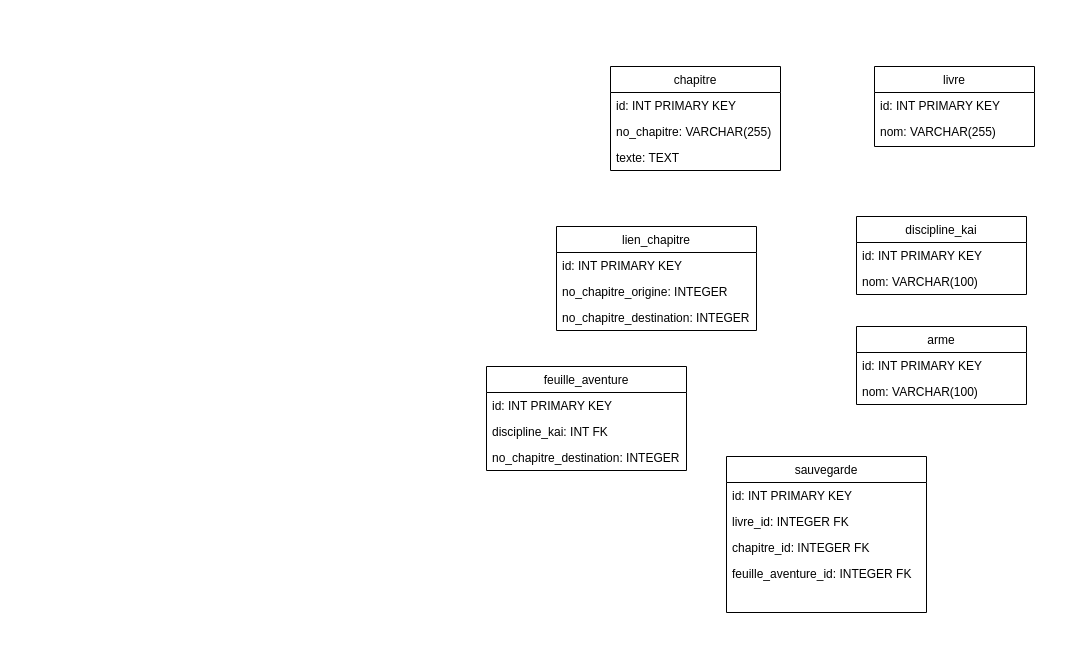
The draw.io diagram diagramme_de_classes.drawio in 2135500-Garand-Cedric/LDVELH, before the edit. Source tidied: cells renumbered, new cells numbered last; positions are measured from the earlier drawing's top-left corner, leaving out a move shared by most shapes. Both pictures are drawn from the tidied source at 100%, with x=0, y=0 at pixel (486, 66).
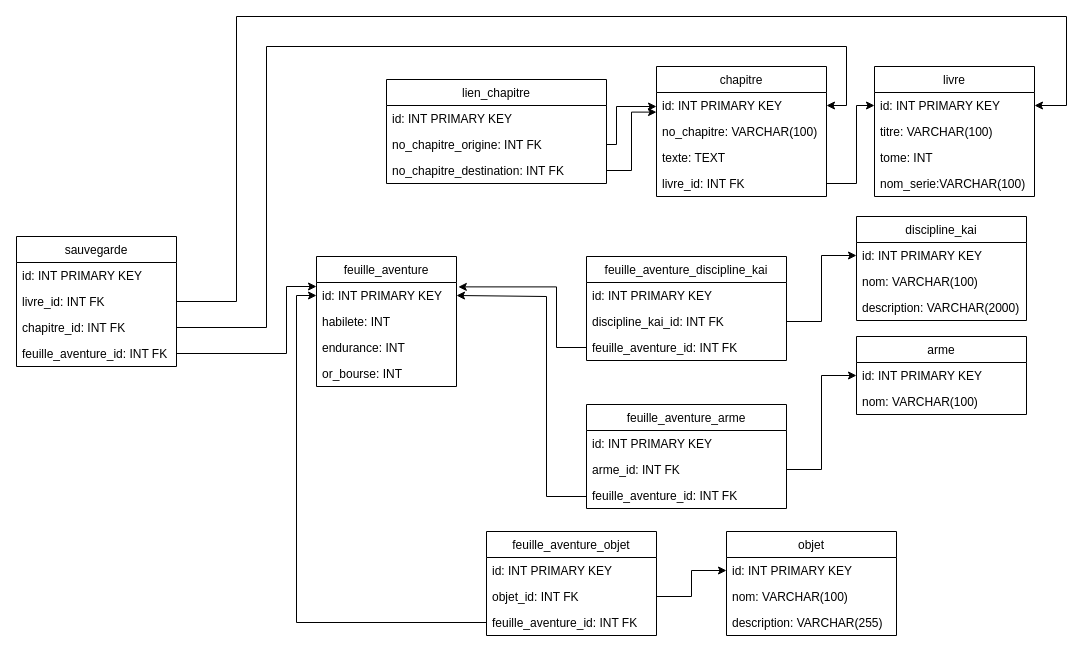
Above is the later version.

Commit message (it also covers changes not shown here):
Finition du diagramme de classes Creation des classes dans la base de donnee

Unchanged cells that the change refers to:
```xml
<mxCell id="3" value="id: INT PRIMARY KEY" style="text;align=left;verticalAlign=top;spacingLeft=4;spacingRight=4;overflow=hidden;points=[[0,0.5],[1,0.5]];portConstraint=eastwest;" parent="2" vertex="1">
  <mxGeometry y="26" width="160" height="26" as="geometry" />
</mxCell>
<mxCell id="6" value="id: INT PRIMARY KEY" style="text;align=left;verticalAlign=top;spacingLeft=4;spacingRight=4;overflow=hidden;points=[[0,0.5],[1,0.5]];portConstraint=eastwest;" parent="5" vertex="1">
  <mxGeometry y="26" width="170" height="26" as="geometry" />
</mxCell>
<mxCell id="14" value="id: INT PRIMARY KEY" style="text;align=left;verticalAlign=top;spacingLeft=4;spacingRight=4;overflow=hidden;points=[[0,0.5],[1,0.5]];portConstraint=eastwest;" parent="13" vertex="1">
  <mxGeometry y="26" width="170" height="26" as="geometry" />
</mxCell>
<mxCell id="17" value="id: INT PRIMARY KEY" style="text;align=left;verticalAlign=top;spacingLeft=4;spacingRight=4;overflow=hidden;points=[[0,0.5],[1,0.5]];portConstraint=eastwest;" parent="16" vertex="1">
  <mxGeometry y="26" width="170" height="26" as="geometry" />
</mxCell>
```

Diff of the diagram source:
```diff
@@
     <mxCell id="2" value="livre" style="swimlane;fontStyle=0;align=center;verticalAlign=top;horizontal=1;startSize=26;rounded=0;shadow=0;strokeWidth=1;" parent="1" vertex="1">
-      <mxGeometry x="388" width="160" height="80" as="geometry" />
+      <mxGeometry x="388" width="160" height="130" as="geometry" />
     </mxCell>
@@
-    <mxCell id="4" value="nom: VARCHAR(255)" style="text;align=left;verticalAlign=top;spacingLeft=4;spacingRight=4;overflow=hidden;" parent="2" vertex="1">
+    <mxCell id="4" value="titre: VARCHAR(100)" style="text;align=left;verticalAlign=top;spacingLeft=4;spacingRight=4;overflow=hidden;" parent="2" vertex="1">
       <mxGeometry y="52" width="160" height="26" as="geometry" />
     </mxCell>
+    <mxCell id="28" value="tome: INT" style="text;align=left;verticalAlign=top;spacingLeft=4;spacingRight=4;overflow=hidden;" parent="2" vertex="1">
+      <mxGeometry y="78" width="160" height="26" as="geometry" />
+    </mxCell>
+    <mxCell id="29" value="nom_serie:VARCHAR(100)" style="text;align=left;verticalAlign=top;spacingLeft=4;spacingRight=4;overflow=hidden;" parent="2" vertex="1">
+      <mxGeometry y="104" width="160" height="26" as="geometry" />
+    </mxCell>
     <mxCell id="5" value="chapitre" style="swimlane;fontStyle=0;align=center;verticalAlign=top;horizontal=1;startSize=26;rounded=0;shadow=0;strokeWidth=1;" parent="1" vertex="1">
-      <mxGeometry x="124" width="170" height="104" as="geometry" />
+      <mxGeometry x="170" width="170" height="130" as="geometry" />
     </mxCell>
@@
-    <mxCell id="7" value="no_chapitre: VARCHAR(255)" style="text;align=left;verticalAlign=top;spacingLeft=4;spacingRight=4;overflow=hidden;" parent="5" vertex="1">
+    <mxCell id="7" value="no_chapitre: VARCHAR(100)" style="text;align=left;verticalAlign=top;spacingLeft=4;spacingRight=4;overflow=hidden;" parent="5" vertex="1">
       <mxGeometry y="52" width="170" height="26" as="geometry" />
     </mxCell>
@@
+    <mxCell id="30" value="livre_id: INT FK" style="text;align=left;verticalAlign=top;spacingLeft=4;spacingRight=4;overflow=hidden;points=[[0,0.5],[1,0.5]];portConstraint=eastwest;" parent="5" vertex="1">
+      <mxGeometry y="104" width="170" height="26" as="geometry" />
+    </mxCell>
     <mxCell id="9" value="lien_chapitre" style="swimlane;fontStyle=0;align=center;verticalAlign=top;horizontal=1;startSize=26;rounded=0;shadow=0;strokeWidth=1;" parent="1" vertex="1">
-      <mxGeometry x="70" y="160" width="200" height="104" as="geometry" />
+      <mxGeometry x="-100" y="13" width="220" height="104" as="geometry" />
     </mxCell>
     <mxCell id="10" value="id: INT PRIMARY KEY" style="text;align=left;verticalAlign=top;spacingLeft=4;spacingRight=4;overflow=hidden;" parent="9" vertex="1">
-      <mxGeometry y="26" width="200" height="26" as="geometry" />
+      <mxGeometry y="26" width="220" height="26" as="geometry" />
     </mxCell>
-    <mxCell id="11" value="no_chapitre_origine: INTEGER" style="text;align=left;verticalAlign=top;spacingLeft=4;spacingRight=4;overflow=hidden;points=[[0,0.5],[1,0.5]];portConstraint=eastwest;" parent="9" vertex="1">
-      <mxGeometry y="52" width="200" height="26" as="geometry" />
+    <mxCell id="11" value="no_chapitre_origine: INT FK" style="text;align=left;verticalAlign=top;spacingLeft=4;spacingRight=4;overflow=hidden;points=[[0,0.5],[1,0.5]];portConstraint=eastwest;" parent="9" vertex="1">
+      <mxGeometry y="52" width="220" height="26" as="geometry" />
     </mxCell>
-    <mxCell id="12" value="no_chapitre_destination: INTEGER" style="text;align=left;verticalAlign=top;spacingLeft=4;spacingRight=4;overflow=hidden;points=[[0,0.5],[1,0.5]];portConstraint=eastwest;" parent="9" vertex="1">
-      <mxGeometry y="78" width="200" height="26" as="geometry" />
+    <mxCell id="12" value="no_chapitre_destination: INT FK" style="text;align=left;verticalAlign=top;spacingLeft=4;spacingRight=4;overflow=hidden;points=[[0,0.5],[1,0.5]];portConstraint=eastwest;" parent="9" vertex="1">
+      <mxGeometry y="78" width="220" height="26" as="geometry" />
     </mxCell>
     <mxCell id="13" value="discipline_kai" style="swimlane;fontStyle=0;align=center;verticalAlign=top;horizontal=1;startSize=26;rounded=0;shadow=0;strokeWidth=1;" parent="1" vertex="1">
-      <mxGeometry x="370" y="150" width="170" height="78" as="geometry" />
+      <mxGeometry x="370" y="150" width="170" height="104" as="geometry" />
     </mxCell>
@@
+    <mxCell id="31" value="description: VARCHAR(2000)" style="text;align=left;verticalAlign=top;spacingLeft=4;spacingRight=4;overflow=hidden;" parent="13" vertex="1">
+      <mxGeometry y="78" width="170" height="26" as="geometry" />
+    </mxCell>
     <mxCell id="16" value="arme" style="swimlane;fontStyle=0;align=center;verticalAlign=top;horizontal=1;startSize=26;rounded=0;shadow=0;strokeWidth=1;" parent="1" vertex="1">
-      <mxGeometry x="370" y="260" width="170" height="78" as="geometry" />
+      <mxGeometry x="370" y="270" width="170" height="78" as="geometry" />
     </mxCell>
@@
     <mxCell id="19" value="feuille_aventure" style="swimlane;fontStyle=0;align=center;verticalAlign=top;horizontal=1;startSize=26;rounded=0;shadow=0;strokeWidth=1;" parent="1" vertex="1">
-      <mxGeometry y="300" width="200" height="104" as="geometry" />
+      <mxGeometry x="-170" y="190" width="140" height="130" as="geometry" />
     </mxCell>
     <mxCell id="20" value="id: INT PRIMARY KEY" style="text;align=left;verticalAlign=top;spacingLeft=4;spacingRight=4;overflow=hidden;points=[[0,0.5],[1,0.5]];portConstraint=eastwest;" parent="19" vertex="1">
-      <mxGeometry y="26" width="200" height="26" as="geometry" />
+      <mxGeometry y="26" width="140" height="26" as="geometry" />
     </mxCell>
-    <mxCell id="21" value="discipline_kai: INT FK" style="text;align=left;verticalAlign=top;spacingLeft=4;spacingRight=4;overflow=hidden;" parent="19" vertex="1">
-      <mxGeometry y="52" width="200" height="26" as="geometry" />
-    </mxCell>
-    <mxCell id="22" value="no_chapitre_destination: INTEGER" style="text;align=left;verticalAlign=top;spacingLeft=4;spacingRight=4;overflow=hidden;" parent="19" vertex="1">
-      <mxGeometry y="78" width="200" height="26" as="geometry" />
-    </mxCell>
+    <mxCell id="32" value="habilete: INT" style="text;align=left;verticalAlign=top;spacingLeft=4;spacingRight=4;overflow=hidden;" parent="19" vertex="1">
+      <mxGeometry y="52" width="140" height="26" as="geometry" />
+    </mxCell>
+    <mxCell id="33" value="endurance: INT" style="text;align=left;verticalAlign=top;spacingLeft=4;spacingRight=4;overflow=hidden;" parent="19" vertex="1">
+      <mxGeometry y="78" width="140" height="26" as="geometry" />
+    </mxCell>
+    <mxCell id="34" value="or_bourse: INT" style="text;align=left;verticalAlign=top;spacingLeft=4;spacingRight=4;overflow=hidden;" parent="19" vertex="1">
+      <mxGeometry y="104" width="140" height="26" as="geometry" />
+    </mxCell>
     <mxCell id="23" value="sauvegarde" style="swimlane;fontStyle=0;align=center;verticalAlign=top;horizontal=1;startSize=26;rounded=0;shadow=0;strokeWidth=1;" parent="1" vertex="1">
-      <mxGeometry x="240" y="390" width="200" height="156" as="geometry" />
+      <mxGeometry x="-470" y="170" width="160" height="130" as="geometry" />
     </mxCell>
     <mxCell id="24" value="id: INT PRIMARY KEY" style="text;align=left;verticalAlign=top;spacingLeft=4;spacingRight=4;overflow=hidden;" parent="23" vertex="1">
-      <mxGeometry y="26" width="200" height="26" as="geometry" />
+      <mxGeometry y="26" width="160" height="26" as="geometry" />
     </mxCell>
-    <mxCell id="25" value="livre_id: INTEGER FK" style="text;align=left;verticalAlign=top;spacingLeft=4;spacingRight=4;overflow=hidden;points=[[0,0.5],[1,0.5]];portConstraint=eastwest;" parent="23" vertex="1">
-      <mxGeometry y="52" width="200" height="26" as="geometry" />
+    <mxCell id="25" value="livre_id: INT FK" style="text;align=left;verticalAlign=top;spacingLeft=4;spacingRight=4;overflow=hidden;points=[[0,0.5],[1,0.5]];portConstraint=eastwest;" parent="23" vertex="1">
+      <mxGeometry y="52" width="160" height="26" as="geometry" />
     </mxCell>
-    <mxCell id="26" value="chapitre_id: INTEGER FK" style="text;align=left;verticalAlign=top;spacingLeft=4;spacingRight=4;overflow=hidden;points=[[0,0.5],[1,0.5]];portConstraint=eastwest;" parent="23" vertex="1">
-      <mxGeometry y="78" width="200" height="26" as="geometry" />
+    <mxCell id="26" value="chapitre_id: INT FK" style="text;align=left;verticalAlign=top;spacingLeft=4;spacingRight=4;overflow=hidden;points=[[0,0.5],[1,0.5]];portConstraint=eastwest;" parent="23" vertex="1">
+      <mxGeometry y="78" width="160" height="26" as="geometry" />
     </mxCell>
-    <mxCell id="27" value="feuille_aventure_id: INTEGER FK" style="text;align=left;verticalAlign=top;spacingLeft=4;spacingRight=4;overflow=hidden;points=[[0,0.5],[1,0.5]];portConstraint=eastwest;" parent="23" vertex="1">
-      <mxGeometry y="104" width="200" height="26" as="geometry" />
+    <mxCell id="27" value="feuille_aventure_id: INT FK" style="text;align=left;verticalAlign=top;spacingLeft=4;spacingRight=4;overflow=hidden;points=[[0,0.5],[1,0.5]];portConstraint=eastwest;" parent="23" vertex="1">
+      <mxGeometry y="104" width="160" height="26" as="geometry" />
     </mxCell>
+    <mxCell id="35" style="endArrow=classic;html=1;rounded=0;entryX=0;entryY=0.5;entryDx=0;entryDy=0;exitX=1;exitY=0.5;exitDx=0;exitDy=0;edgeStyle=orthogonalEdgeStyle;" parent="1" edge="1" source="30" target="3">
+      <mxGeometry relative="1" as="geometry">
+        <Array as="points">
+          <mxPoint x="370" y="117" />
+          <mxPoint x="370" y="39" />
+        </Array>
+      </mxGeometry>
+    </mxCell>
+    <mxCell id="36" style="endArrow=classic;html=1;rounded=0;exitX=1;exitY=0.5;exitDx=0;exitDy=0;edgeStyle=orthogonalEdgeStyle;" parent="1" edge="1" source="11">
+      <mxGeometry relative="1" as="geometry">
+        <mxPoint x="170" y="40" as="targetPoint" />
+        <Array as="points">
+          <mxPoint x="130" y="78" />
+          <mxPoint x="130" y="40" />
+          <mxPoint x="170" y="40" />
+        </Array>
+      </mxGeometry>
+    </mxCell>
+    <mxCell id="37" style="endArrow=classic;html=1;rounded=0;exitX=1;exitY=0.5;exitDx=0;exitDy=0;edgeStyle=orthogonalEdgeStyle;entryX=0;entryY=0.755;entryDx=0;entryDy=0;entryPerimeter=0;" parent="1" edge="1" source="12" target="6">
+      <mxGeometry relative="1" as="geometry">
+        <Array as="points">
+          <mxPoint x="145" y="104" />
+          <mxPoint x="145" y="46" />
+          <mxPoint x="170" y="46" />
+        </Array>
+      </mxGeometry>
+    </mxCell>
+    <mxCell id="38" value="feuille_aventure_discipline_kai" style="swimlane;fontStyle=0;align=center;verticalAlign=top;horizontal=1;startSize=26;rounded=0;shadow=0;strokeWidth=1;" parent="1" vertex="1">
+      <mxGeometry x="100" y="190" width="200" height="104" as="geometry" />
+    </mxCell>
+    <mxCell id="39" value="id: INT PRIMARY KEY" style="text;align=left;verticalAlign=top;spacingLeft=4;spacingRight=4;overflow=hidden;" parent="38" vertex="1">
+      <mxGeometry y="26" width="200" height="26" as="geometry" />
+    </mxCell>
+    <mxCell id="40" value="discipline_kai_id: INT FK" style="text;align=left;verticalAlign=top;spacingLeft=4;spacingRight=4;overflow=hidden;points=[[0,0.5],[1,0.5]];portConstraint=eastwest;" parent="38" vertex="1">
+      <mxGeometry y="52" width="200" height="26" as="geometry" />
+    </mxCell>
+    <mxCell id="41" value="feuille_aventure_id: INT FK" style="text;align=left;verticalAlign=top;spacingLeft=4;spacingRight=4;overflow=hidden;points=[[0,0.5],[1,0.5]];portConstraint=eastwest;" parent="38" vertex="1">
+      <mxGeometry y="78" width="200" height="26" as="geometry" />
+    </mxCell>
+    <mxCell id="42" style="endArrow=classic;html=1;rounded=0;exitX=0;exitY=0.5;exitDx=0;exitDy=0;edgeStyle=orthogonalEdgeStyle;entryX=1.013;entryY=0.169;entryDx=0;entryDy=0;entryPerimeter=0;" parent="1" edge="1" source="41" target="20">
+      <mxGeometry relative="1" as="geometry">
+        <Array as="points">
+          <mxPoint x="70" y="281" />
+          <mxPoint x="70" y="220" />
+        </Array>
+      </mxGeometry>
+    </mxCell>
+    <mxCell id="43" style="endArrow=classic;html=1;rounded=0;entryX=0;entryY=0.5;entryDx=0;entryDy=0;exitX=1;exitY=0.5;exitDx=0;exitDy=0;edgeStyle=orthogonalEdgeStyle;" parent="1" edge="1" source="40" target="14">
+      <mxGeometry relative="1" as="geometry" />
+    </mxCell>
+    <mxCell id="44" value="feuille_aventure_arme" style="swimlane;fontStyle=0;align=center;verticalAlign=top;horizontal=1;startSize=26;rounded=0;shadow=0;strokeWidth=1;" parent="1" vertex="1">
+      <mxGeometry x="100" y="338" width="200" height="104" as="geometry" />
+    </mxCell>
+    <mxCell id="45" value="id: INT PRIMARY KEY" style="text;align=left;verticalAlign=top;spacingLeft=4;spacingRight=4;overflow=hidden;" parent="44" vertex="1">
+      <mxGeometry y="26" width="200" height="26" as="geometry" />
+    </mxCell>
+    <mxCell id="46" value="arme_id: INT FK" style="text;align=left;verticalAlign=top;spacingLeft=4;spacingRight=4;overflow=hidden;points=[[0,0.5],[1,0.5]];portConstraint=eastwest;" parent="44" vertex="1">
+      <mxGeometry y="52" width="200" height="26" as="geometry" />
+    </mxCell>
+    <mxCell id="47" value="feuille_aventure_id: INT FK" style="text;align=left;verticalAlign=top;spacingLeft=4;spacingRight=4;overflow=hidden;points=[[0,0.5],[1,0.5]];portConstraint=eastwest;" parent="44" vertex="1">
+      <mxGeometry y="78" width="200" height="26" as="geometry" />
+    </mxCell>
+    <mxCell id="48" style="endArrow=classic;html=1;rounded=0;exitX=0;exitY=0.5;exitDx=0;exitDy=0;edgeStyle=orthogonalEdgeStyle;entryX=1;entryY=0.5;entryDx=0;entryDy=0;" parent="1" edge="1" source="47" target="20">
+      <mxGeometry relative="1" as="geometry">
+        <Array as="points">
+          <mxPoint x="100" y="430" />
+          <mxPoint x="60" y="430" />
+          <mxPoint x="60" y="230" />
+        </Array>
+      </mxGeometry>
+    </mxCell>
+    <mxCell id="49" style="endArrow=classic;html=1;rounded=0;entryX=0;entryY=0.5;entryDx=0;entryDy=0;exitX=1;exitY=0.5;exitDx=0;exitDy=0;edgeStyle=orthogonalEdgeStyle;" parent="1" edge="1" source="46" target="17">
+      <mxGeometry relative="1" as="geometry" />
+    </mxCell>
+    <mxCell id="50" style="endArrow=classic;html=1;rounded=0;entryX=1;entryY=0.5;entryDx=0;entryDy=0;exitX=1;exitY=0.5;exitDx=0;exitDy=0;edgeStyle=orthogonalEdgeStyle;" parent="1" edge="1" source="25" target="3">
+      <mxGeometry relative="1" as="geometry">
+        <Array as="points">
+          <mxPoint x="-250" y="235" />
+          <mxPoint x="-250" y="-50" />
+          <mxPoint x="580" y="-50" />
+          <mxPoint x="580" y="39" />
+        </Array>
+      </mxGeometry>
+    </mxCell>
+    <mxCell id="51" style="endArrow=classic;html=1;rounded=0;exitX=1;exitY=0.5;exitDx=0;exitDy=0;entryX=1;entryY=0.5;entryDx=0;entryDy=0;edgeStyle=orthogonalEdgeStyle;" parent="1" edge="1" source="26" target="6">
+      <mxGeometry relative="1" as="geometry">
+        <Array as="points">
+          <mxPoint x="-220" y="261" />
+          <mxPoint x="-220" y="-20" />
+          <mxPoint x="360" y="-20" />
+          <mxPoint x="360" y="39" />
+        </Array>
+      </mxGeometry>
+    </mxCell>
+    <mxCell id="52" style="endArrow=classic;html=1;rounded=0;exitX=1;exitY=0.5;exitDx=0;exitDy=0;edgeStyle=orthogonalEdgeStyle;" parent="1" edge="1" source="27">
+      <mxGeometry relative="1" as="geometry">
+        <mxPoint x="-170" y="220" as="targetPoint" />
+        <Array as="points">
+          <mxPoint x="-200" y="287" />
+          <mxPoint x="-200" y="220" />
+        </Array>
+      </mxGeometry>
+    </mxCell>
+    <mxCell id="53" value="objet" style="swimlane;fontStyle=0;align=center;verticalAlign=top;horizontal=1;startSize=26;rounded=0;shadow=0;strokeWidth=1;" parent="1" vertex="1">
+      <mxGeometry x="240" y="465" width="170" height="104" as="geometry" />
+    </mxCell>
+    <mxCell id="54" value="id: INT PRIMARY KEY" style="text;align=left;verticalAlign=top;spacingLeft=4;spacingRight=4;overflow=hidden;points=[[0,0.5],[1,0.5]];portConstraint=eastwest;" parent="53" vertex="1">
+      <mxGeometry y="26" width="170" height="26" as="geometry" />
+    </mxCell>
+    <mxCell id="55" value="nom: VARCHAR(100)" style="text;align=left;verticalAlign=top;spacingLeft=4;spacingRight=4;overflow=hidden;" parent="53" vertex="1">
+      <mxGeometry y="52" width="170" height="26" as="geometry" />
+    </mxCell>
+    <mxCell id="56" value="description: VARCHAR(255)" style="text;align=left;verticalAlign=top;spacingLeft=4;spacingRight=4;overflow=hidden;" parent="53" vertex="1">
+      <mxGeometry y="78" width="170" height="26" as="geometry" />
+    </mxCell>
+    <mxCell id="57" value="feuille_aventure_objet" style="swimlane;fontStyle=0;align=center;verticalAlign=top;horizontal=1;startSize=26;rounded=0;shadow=0;strokeWidth=1;" parent="1" vertex="1">
+      <mxGeometry y="465" width="170" height="104" as="geometry" />
+    </mxCell>
+    <mxCell id="58" value="id: INT PRIMARY KEY" style="text;align=left;verticalAlign=top;spacingLeft=4;spacingRight=4;overflow=hidden;" parent="57" vertex="1">
+      <mxGeometry y="26" width="170" height="26" as="geometry" />
+    </mxCell>
+    <mxCell id="59" value="objet_id: INT FK" style="text;align=left;verticalAlign=top;spacingLeft=4;spacingRight=4;overflow=hidden;points=[[0,0.5],[1,0.5]];portConstraint=eastwest;" parent="57" vertex="1">
+      <mxGeometry y="52" width="170" height="26" as="geometry" />
+    </mxCell>
+    <mxCell id="60" value="feuille_aventure_id: INT FK" style="text;align=left;verticalAlign=top;spacingLeft=4;spacingRight=4;overflow=hidden;points=[[0,0.5],[1,0.5]];portConstraint=eastwest;" parent="57" vertex="1">
+      <mxGeometry y="78" width="170" height="26" as="geometry" />
+    </mxCell>
+    <mxCell id="61" style="endArrow=classic;html=1;rounded=0;entryX=0;entryY=0.5;entryDx=0;entryDy=0;exitX=1;exitY=0.5;exitDx=0;exitDy=0;edgeStyle=orthogonalEdgeStyle;" parent="1" edge="1" source="59" target="54">
+      <mxGeometry relative="1" as="geometry" />
+    </mxCell>
+    <mxCell id="62" style="endArrow=classic;html=1;rounded=0;exitX=0;exitY=0.5;exitDx=0;exitDy=0;edgeStyle=orthogonalEdgeStyle;entryX=0;entryY=0.5;entryDx=0;entryDy=0;" parent="1" edge="1" source="60" target="20">
+      <mxGeometry relative="1" as="geometry">
+        <Array as="points">
+          <mxPoint x="-190" y="556" />
+          <mxPoint x="-190" y="229" />
+        </Array>
+      </mxGeometry>
+    </mxCell>
```
